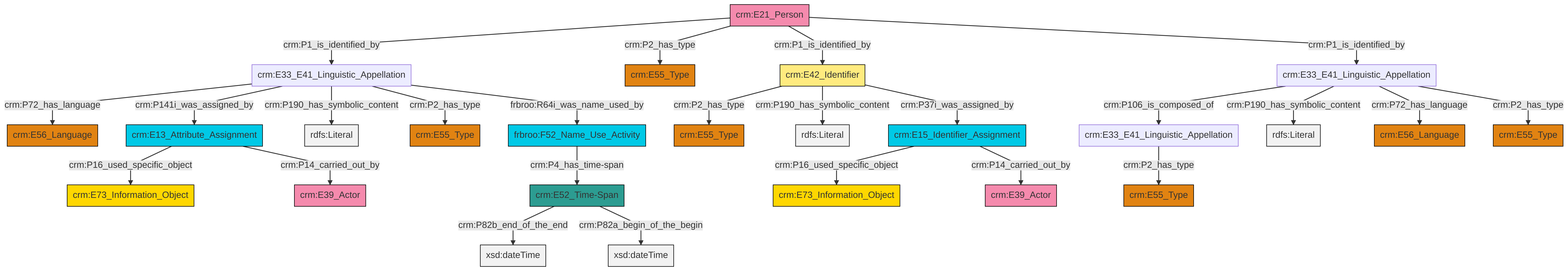
Earlier version of the Mermaid export et/personCSV/ttl/mmd/png/Person_Names_and_Classification.png (swiss-art-research-net/docs.swissartresearch). Its source is kept beside it as et/personCSV/ttl/mmd/Person_Names_and_Classification.ttl.mmd.
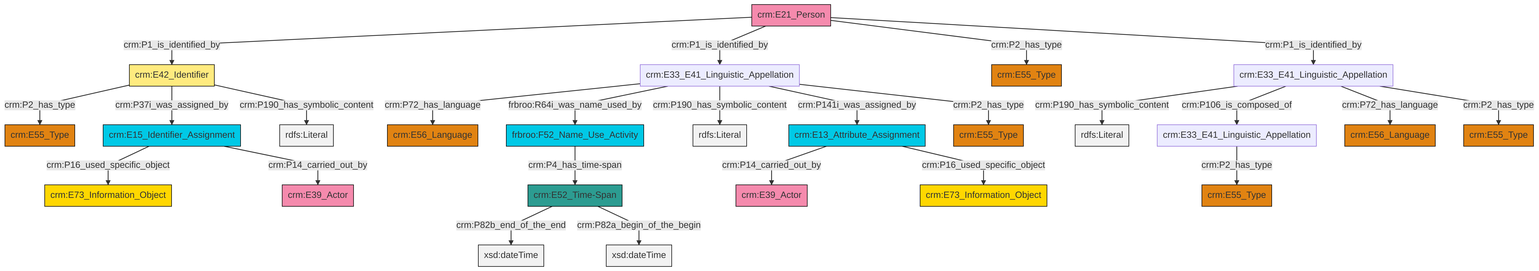
Above is the later version.

Change to the diagram source:
```diff
@@ -13,27 +13,27 @@
 classDef PC_Classes fill:#4ce600, stroke:#000000;
 classDef Multi fill:#cccccc,stroke:#000000;
 
-0["crm:E52_Time-Span"]:::Time-Span -->|crm:P82b_end_of_the_end| 1[xsd:dateTime]:::Literal
-8["crm:E21_Person"]:::Actor -->|crm:P1_is_identified_by| 9["crm:E33_E41_Linguistic_Appellation"]:::Default
-9["crm:E33_E41_Linguistic_Appellation"]:::Default -->|crm:P72_has_language| 15["crm:E56_Language"]:::Type
-10["crm:E15_Identifier_Assignment"]:::Temporal_Entity -->|crm:P16_used_specific_object| 16["crm:E73_Information_Object"]:::Conceptual_Object
-19["crm:E13_Attribute_Assignment"]:::Temporal_Entity -->|crm:P16_used_specific_object| 13["crm:E73_Information_Object"]:::Conceptual_Object
-20["crm:E33_E41_Linguistic_Appellation"]:::Default -->|crm:P106_is_composed_of| 4["crm:E33_E41_Linguistic_Appellation"]:::Default
-20["crm:E33_E41_Linguistic_Appellation"]:::Default -->|crm:P190_has_symbolic_content| 23[rdfs:Literal]:::Literal
-20["crm:E33_E41_Linguistic_Appellation"]:::Default -->|crm:P72_has_language| 24["crm:E56_Language"]:::Type
-10["crm:E15_Identifier_Assignment"]:::Temporal_Entity -->|crm:P14_carried_out_by| 27["crm:E39_Actor"]:::Actor
-19["crm:E13_Attribute_Assignment"]:::Temporal_Entity -->|crm:P14_carried_out_by| 25["crm:E39_Actor"]:::Actor
-9["crm:E33_E41_Linguistic_Appellation"]:::Default -->|crm:P141i_was_assigned_by| 19["crm:E13_Attribute_Assignment"]:::Temporal_Entity
-8["crm:E21_Person"]:::Actor -->|crm:P2_has_type| 35["crm:E55_Type"]:::Type
-32["crm:E42_Identifier"]:::Appellation -->|crm:P2_has_type| 2["crm:E55_Type"]:::Type
-8["crm:E21_Person"]:::Actor -->|crm:P1_is_identified_by| 32["crm:E42_Identifier"]:::Appellation
-32["crm:E42_Identifier"]:::Appellation -->|crm:P190_has_symbolic_content| 42[rdfs:Literal]:::Literal
-9["crm:E33_E41_Linguistic_Appellation"]:::Default -->|crm:P190_has_symbolic_content| 43[rdfs:Literal]:::Literal
-28["frbroo:F52_Name_Use_Activity"]:::Temporal_Entity -->|crm:P4_has_time-span| 0["crm:E52_Time-Span"]:::Time-Span
-32["crm:E42_Identifier"]:::Appellation -->|crm:P37i_was_assigned_by| 10["crm:E15_Identifier_Assignment"]:::Temporal_Entity
-8["crm:E21_Person"]:::Actor -->|crm:P1_is_identified_by| 20["crm:E33_E41_Linguistic_Appellation"]:::Default
-9["crm:E33_E41_Linguistic_Appellation"]:::Default -->|crm:P2_has_type| 37["crm:E55_Type"]:::Type
-0["crm:E52_Time-Span"]:::Time-Span -->|crm:P82a_begin_of_the_begin| 45[xsd:dateTime]:::Literal
-9["crm:E33_E41_Linguistic_Appellation"]:::Default -->|frbroo:R64i_was_name_used_by| 28["frbroo:F52_Name_Use_Activity"]:::Temporal_Entity
-20["crm:E33_E41_Linguistic_Appellation"]:::Default -->|crm:P2_has_type| 17["crm:E55_Type"]:::Type
-4["crm:E33_E41_Linguistic_Appellation"]:::Default -->|crm:P2_has_type| 6["crm:E55_Type"]:::Type
+0["crm:E33_E41_Linguistic_Appellation"]:::Default -->|crm:P2_has_type| 2["crm:E55_Type"]:::Type
+7["crm:E33_E41_Linguistic_Appellation"]:::Default -->|crm:P72_has_language| 8["crm:E56_Language"]:::Type
+9["crm:E15_Identifier_Assignment"]:::Temporal_Entity -->|crm:P16_used_specific_object| 10["crm:E73_Information_Object"]:::Conceptual_Object
+11["crm:E42_Identifier"]:::Appellation -->|crm:P2_has_type| 3["crm:E55_Type"]:::Type
+12["crm:E13_Attribute_Assignment"]:::Temporal_Entity -->|crm:P14_carried_out_by| 5["crm:E39_Actor"]:::Actor
+13["crm:E33_E41_Linguistic_Appellation"]:::Default -->|crm:P190_has_symbolic_content| 14[rdfs:Literal]:::Literal
+9["crm:E15_Identifier_Assignment"]:::Temporal_Entity -->|crm:P14_carried_out_by| 17["crm:E39_Actor"]:::Actor
+11["crm:E42_Identifier"]:::Appellation -->|crm:P37i_was_assigned_by| 9["crm:E15_Identifier_Assignment"]:::Temporal_Entity
+12["crm:E13_Attribute_Assignment"]:::Temporal_Entity -->|crm:P16_used_specific_object| 15["crm:E73_Information_Object"]:::Conceptual_Object
+20["crm:E21_Person"]:::Actor -->|crm:P1_is_identified_by| 11["crm:E42_Identifier"]:::Appellation
+7["crm:E33_E41_Linguistic_Appellation"]:::Default -->|frbroo:R64i_was_name_used_by| 21["frbroo:F52_Name_Use_Activity"]:::Temporal_Entity
+20["crm:E21_Person"]:::Actor -->|crm:P1_is_identified_by| 7["crm:E33_E41_Linguistic_Appellation"]:::Default
+20["crm:E21_Person"]:::Actor -->|crm:P2_has_type| 27["crm:E55_Type"]:::Type
+7["crm:E33_E41_Linguistic_Appellation"]:::Default -->|crm:P190_has_symbolic_content| 28[rdfs:Literal]:::Literal
+7["crm:E33_E41_Linguistic_Appellation"]:::Default -->|crm:P141i_was_assigned_by| 12["crm:E13_Attribute_Assignment"]:::Temporal_Entity
+24["crm:E52_Time-Span"]:::Time-Span -->|crm:P82b_end_of_the_end| 31[xsd:dateTime]:::Literal
+20["crm:E21_Person"]:::Actor -->|crm:P1_is_identified_by| 13["crm:E33_E41_Linguistic_Appellation"]:::Default
+11["crm:E42_Identifier"]:::Appellation -->|crm:P190_has_symbolic_content| 39[rdfs:Literal]:::Literal
+13["crm:E33_E41_Linguistic_Appellation"]:::Default -->|crm:P106_is_composed_of| 0["crm:E33_E41_Linguistic_Appellation"]:::Default
+24["crm:E52_Time-Span"]:::Time-Span -->|crm:P82a_begin_of_the_begin| 40[xsd:dateTime]:::Literal
+13["crm:E33_E41_Linguistic_Appellation"]:::Default -->|crm:P72_has_language| 41["crm:E56_Language"]:::Type
+7["crm:E33_E41_Linguistic_Appellation"]:::Default -->|crm:P2_has_type| 34["crm:E55_Type"]:::Type
+13["crm:E33_E41_Linguistic_Appellation"]:::Default -->|crm:P2_has_type| 18["crm:E55_Type"]:::Type
+21["frbroo:F52_Name_Use_Activity"]:::Temporal_Entity -->|crm:P4_has_time-span| 24["crm:E52_Time-Span"]:::Time-Span
```
